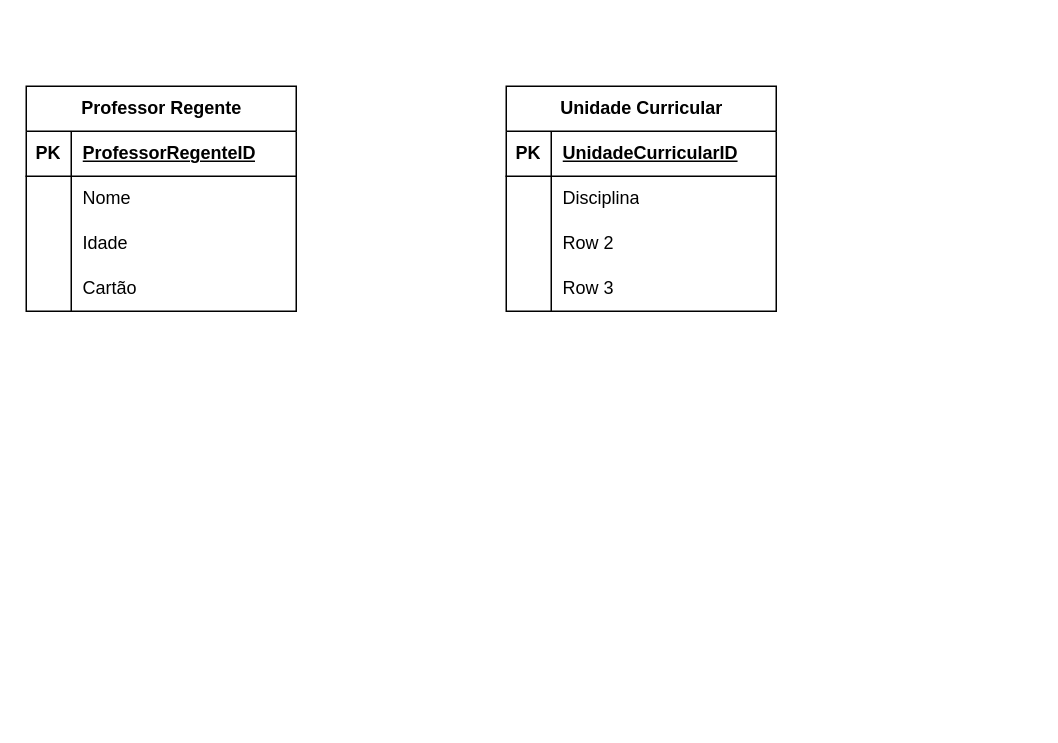
afonsocastro107/tpsi-sgbd-2121824 keeps this draw.io diagram as Diagrama sem nome.drawio. Above is the earlier version. Source tidied: cells renumbered, new cells numbered last; positions are measured from the earlier drawing's top-left corner, leaving out a move shared by most shapes. Both pictures are drawn from the tidied source at 150%, with x=0, y=0 at pixel (26, 86).
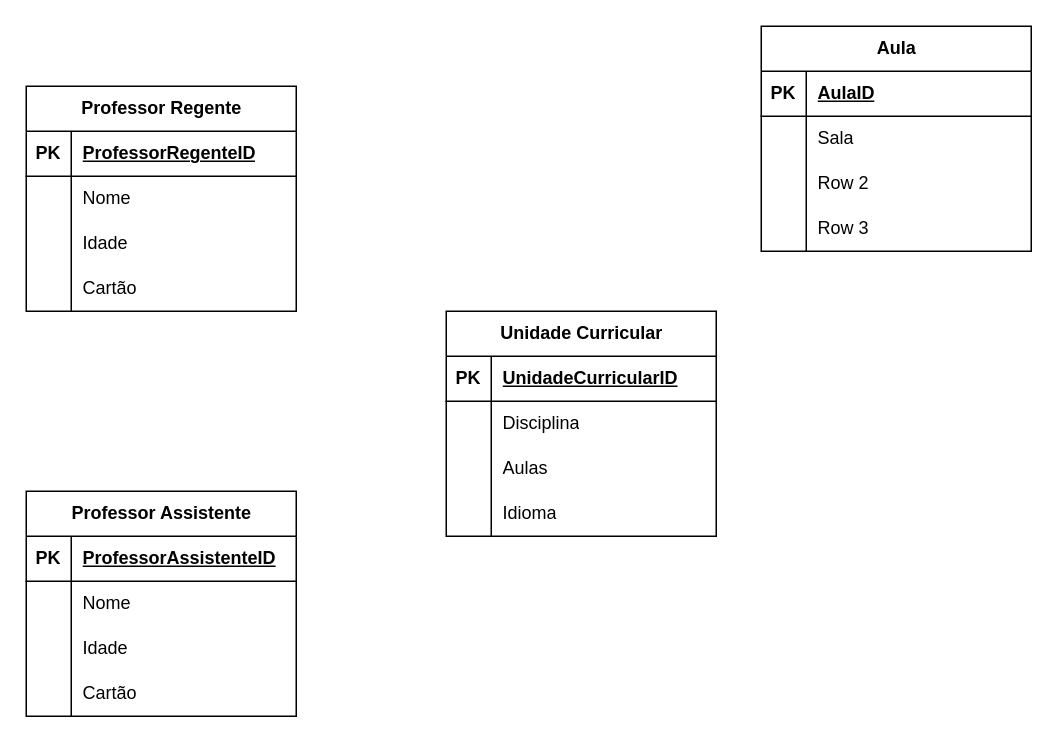
After the change.

The change refers to these unchanged cells:
```xml
<mxCell id="9" style="shape=tableRow;horizontal=0;startSize=0;swimlaneHead=0;swimlaneBody=0;fillColor=none;top=0;left=0;right=0;bottom=0;" parent="2" vertex="1">
  <mxGeometry y="90" width="180" height="30" as="geometry" />
</mxCell>
<mxCell id="12" style="shape=tableRow;horizontal=0;startSize=0;swimlaneHead=0;swimlaneBody=0;fillColor=none;top=0;left=0;right=0;bottom=0;" parent="2" vertex="1">
  <mxGeometry y="120" width="180" height="30" as="geometry" />
</mxCell>
```

What changed in the source:
```diff
@@
     <mxCell id="2" value="Unidade Curricular" style="shape=table;startSize=30;childLayout=tableLayout;rowLines=0;fontStyle=1;align=center;html=1;" parent="1" vertex="1">
-      <mxGeometry x="320" width="180" height="150" as="geometry" />
+      <mxGeometry x="280" y="150" width="180" height="150" as="geometry" />
     </mxCell>
@@
-    <mxCell id="11" value="Row 2" style="shape=partialRectangle;fillColor=none;top=0;left=0;bottom=0;right=0;align=left;spacingLeft=6;overflow=hidden;whiteSpace=wrap;html=1;" parent="9" vertex="1">
+    <mxCell id="11" value="Aulas" style="shape=partialRectangle;fillColor=none;top=0;left=0;bottom=0;right=0;align=left;spacingLeft=6;overflow=hidden;whiteSpace=wrap;html=1;" parent="9" vertex="1">
       <mxGeometry x="30" width="150" height="30" as="geometry" />
     </mxCell>
@@
-    <mxCell id="14" value="Row 3" style="shape=partialRectangle;fillColor=none;top=0;left=0;bottom=0;right=0;align=left;spacingLeft=6;overflow=hidden;whiteSpace=wrap;html=1;" parent="12" vertex="1">
+    <mxCell id="14" value="Idioma" style="shape=partialRectangle;fillColor=none;top=0;left=0;bottom=0;right=0;align=left;spacingLeft=6;overflow=hidden;whiteSpace=wrap;html=1;" parent="12" vertex="1">
       <mxGeometry x="30" width="150" height="30" as="geometry" />
     </mxCell>
@@
+    <mxCell id="28" value="Professor Assistente" style="shape=table;startSize=30;childLayout=tableLayout;rowLines=0;fontStyle=1;align=center;html=1;" parent="1" vertex="1">
+      <mxGeometry y="270" width="180" height="150" as="geometry" />
+    </mxCell>
+    <mxCell id="29" style="shape=tableRow;horizontal=0;startSize=0;swimlaneHead=0;swimlaneBody=0;fillColor=none;top=0;left=0;right=0;bottom=1;" parent="28" vertex="1">
+      <mxGeometry y="30" width="180" height="30" as="geometry" />
+    </mxCell>
+    <mxCell id="30" value="PK" style="shape=partialRectangle;fillColor=none;top=0;left=0;bottom=0;right=0;fontStyle=1;overflow=hidden;whiteSpace=wrap;html=1;" parent="29" vertex="1">
+      <mxGeometry width="30" height="30" as="geometry" />
+    </mxCell>
+    <mxCell id="31" value="ProfessorAssistenteID" style="shape=partialRectangle;fillColor=none;top=0;left=0;bottom=0;right=0;align=left;spacingLeft=6;fontStyle=5;overflow=hidden;whiteSpace=wrap;html=1;" parent="29" vertex="1">
+      <mxGeometry x="30" width="150" height="30" as="geometry" />
+    </mxCell>
+    <mxCell id="32" style="shape=tableRow;horizontal=0;startSize=0;swimlaneHead=0;swimlaneBody=0;fillColor=none;top=0;left=0;right=0;bottom=0;" parent="28" vertex="1">
+      <mxGeometry y="60" width="180" height="30" as="geometry" />
+    </mxCell>
+    <mxCell id="33" style="shape=partialRectangle;fillColor=none;top=0;left=0;bottom=0;right=0;overflow=hidden;whiteSpace=wrap;html=1;" parent="32" vertex="1">
+      <mxGeometry width="30" height="30" as="geometry" />
+    </mxCell>
+    <mxCell id="34" value="Nome" style="shape=partialRectangle;fillColor=none;top=0;left=0;bottom=0;right=0;align=left;spacingLeft=6;overflow=hidden;whiteSpace=wrap;html=1;" parent="32" vertex="1">
+      <mxGeometry x="30" width="150" height="30" as="geometry" />
+    </mxCell>
+    <mxCell id="35" style="shape=tableRow;horizontal=0;startSize=0;swimlaneHead=0;swimlaneBody=0;fillColor=none;top=0;left=0;right=0;bottom=0;" parent="28" vertex="1">
+      <mxGeometry y="90" width="180" height="30" as="geometry" />
+    </mxCell>
+    <mxCell id="36" style="shape=partialRectangle;fillColor=none;top=0;left=0;bottom=0;right=0;overflow=hidden;whiteSpace=wrap;html=1;" parent="35" vertex="1">
+      <mxGeometry width="30" height="30" as="geometry" />
+    </mxCell>
+    <mxCell id="37" value="Idade" style="shape=partialRectangle;fillColor=none;top=0;left=0;bottom=0;right=0;align=left;spacingLeft=6;overflow=hidden;whiteSpace=wrap;html=1;" parent="35" vertex="1">
+      <mxGeometry x="30" width="150" height="30" as="geometry" />
+    </mxCell>
+    <mxCell id="38" style="shape=tableRow;horizontal=0;startSize=0;swimlaneHead=0;swimlaneBody=0;fillColor=none;top=0;left=0;right=0;bottom=0;" parent="28" vertex="1">
+      <mxGeometry y="120" width="180" height="30" as="geometry" />
+    </mxCell>
+    <mxCell id="39" style="shape=partialRectangle;fillColor=none;top=0;left=0;bottom=0;right=0;overflow=hidden;whiteSpace=wrap;html=1;" parent="38" vertex="1">
+      <mxGeometry width="30" height="30" as="geometry" />
+    </mxCell>
+    <mxCell id="40" value="Cartão" style="shape=partialRectangle;fillColor=none;top=0;left=0;bottom=0;right=0;align=left;spacingLeft=6;overflow=hidden;whiteSpace=wrap;html=1;" parent="38" vertex="1">
+      <mxGeometry x="30" width="150" height="30" as="geometry" />
+    </mxCell>
+    <mxCell id="41" value="Aula" style="shape=table;startSize=30;childLayout=tableLayout;rowLines=0;fontStyle=1;align=center;html=1;" parent="1" vertex="1">
+      <mxGeometry x="490" y="-40" width="180" height="150" as="geometry" />
+    </mxCell>
+    <mxCell id="42" style="shape=tableRow;horizontal=0;startSize=0;swimlaneHead=0;swimlaneBody=0;fillColor=none;top=0;left=0;right=0;bottom=1;" parent="41" vertex="1">
+      <mxGeometry y="30" width="180" height="30" as="geometry" />
+    </mxCell>
+    <mxCell id="43" value="PK" style="shape=partialRectangle;fillColor=none;top=0;left=0;bottom=0;right=0;fontStyle=1;overflow=hidden;whiteSpace=wrap;html=1;" parent="42" vertex="1">
+      <mxGeometry width="30" height="30" as="geometry" />
+    </mxCell>
+    <mxCell id="44" value="AulaID" style="shape=partialRectangle;fillColor=none;top=0;left=0;bottom=0;right=0;align=left;spacingLeft=6;fontStyle=5;overflow=hidden;whiteSpace=wrap;html=1;" parent="42" vertex="1">
+      <mxGeometry x="30" width="150" height="30" as="geometry" />
+    </mxCell>
+    <mxCell id="45" style="shape=tableRow;horizontal=0;startSize=0;swimlaneHead=0;swimlaneBody=0;fillColor=none;top=0;left=0;right=0;bottom=0;" parent="41" vertex="1">
+      <mxGeometry y="60" width="180" height="30" as="geometry" />
+    </mxCell>
+    <mxCell id="46" style="shape=partialRectangle;fillColor=none;top=0;left=0;bottom=0;right=0;overflow=hidden;whiteSpace=wrap;html=1;" parent="45" vertex="1">
+      <mxGeometry width="30" height="30" as="geometry" />
+    </mxCell>
+    <mxCell id="47" value="Sala" style="shape=partialRectangle;fillColor=none;top=0;left=0;bottom=0;right=0;align=left;spacingLeft=6;overflow=hidden;whiteSpace=wrap;html=1;" parent="45" vertex="1">
+      <mxGeometry x="30" width="150" height="30" as="geometry" />
+    </mxCell>
+    <mxCell id="48" style="shape=tableRow;horizontal=0;startSize=0;swimlaneHead=0;swimlaneBody=0;fillColor=none;top=0;left=0;right=0;bottom=0;" parent="41" vertex="1">
+      <mxGeometry y="90" width="180" height="30" as="geometry" />
+    </mxCell>
+    <mxCell id="49" style="shape=partialRectangle;fillColor=none;top=0;left=0;bottom=0;right=0;overflow=hidden;whiteSpace=wrap;html=1;" parent="48" vertex="1">
+      <mxGeometry width="30" height="30" as="geometry" />
+    </mxCell>
+    <mxCell id="50" value="Row 2" style="shape=partialRectangle;fillColor=none;top=0;left=0;bottom=0;right=0;align=left;spacingLeft=6;overflow=hidden;whiteSpace=wrap;html=1;" parent="48" vertex="1">
+      <mxGeometry x="30" width="150" height="30" as="geometry" />
+    </mxCell>
+    <mxCell id="51" style="shape=tableRow;horizontal=0;startSize=0;swimlaneHead=0;swimlaneBody=0;fillColor=none;top=0;left=0;right=0;bottom=0;" parent="41" vertex="1">
+      <mxGeometry y="120" width="180" height="30" as="geometry" />
+    </mxCell>
+    <mxCell id="52" style="shape=partialRectangle;fillColor=none;top=0;left=0;bottom=0;right=0;overflow=hidden;whiteSpace=wrap;html=1;" parent="51" vertex="1">
+      <mxGeometry width="30" height="30" as="geometry" />
+    </mxCell>
+    <mxCell id="53" value="Row 3" style="shape=partialRectangle;fillColor=none;top=0;left=0;bottom=0;right=0;align=left;spacingLeft=6;overflow=hidden;whiteSpace=wrap;html=1;" parent="51" vertex="1">
+      <mxGeometry x="30" width="150" height="30" as="geometry" />
+    </mxCell>
```
